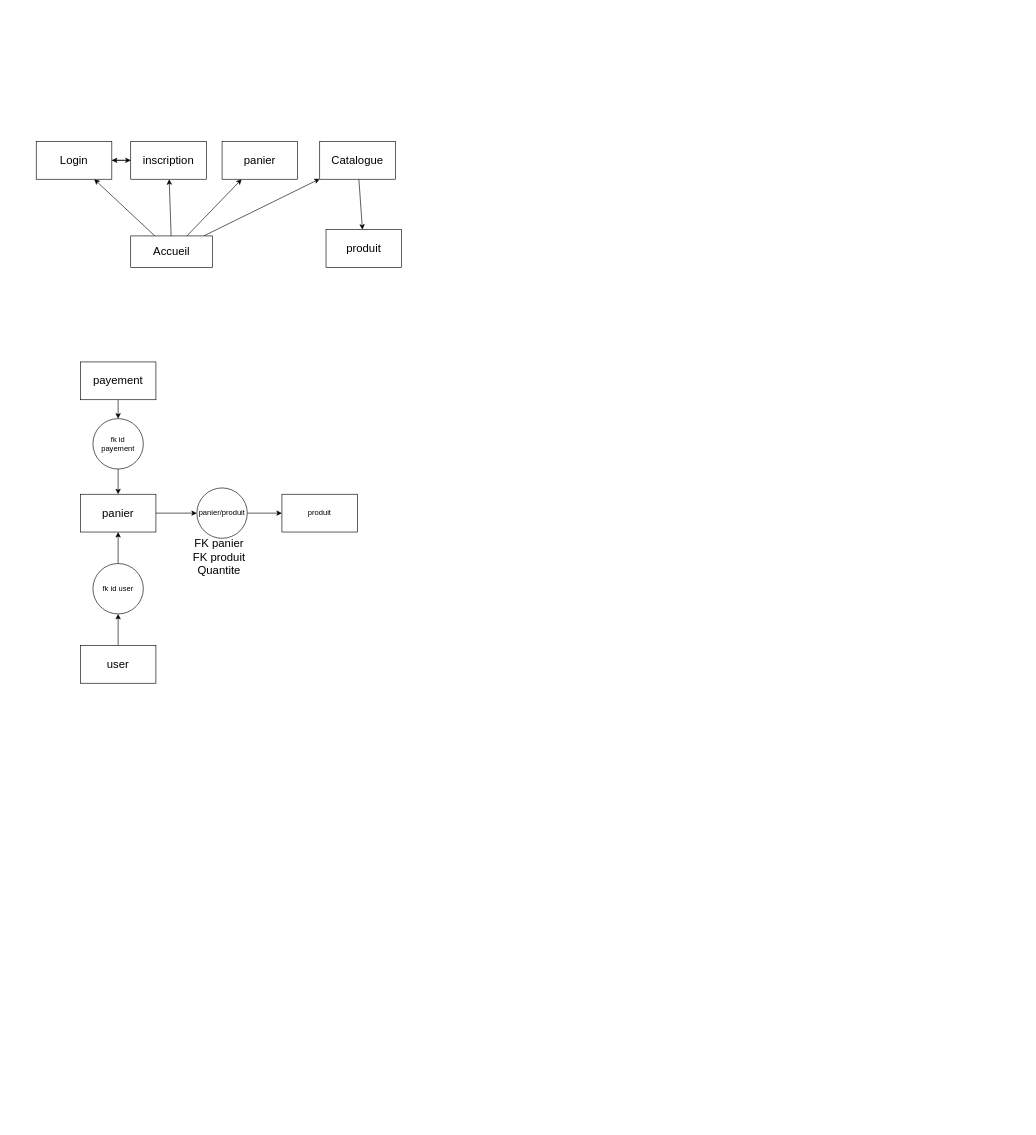
The draw.io diagram page "Page-1" (1 of 2) of plan.drawio in Pmaioranool/efrei_b2_serverWeb, before the edit. Source tidied: cells renumbered, new cells numbered last; positions are measured from the earlier drawing's top-left corner, leaving out a move shared by most shapes. Both pictures are drawn from the tidied source at 63%, with x=0, y=0 at pixel (36, 141).
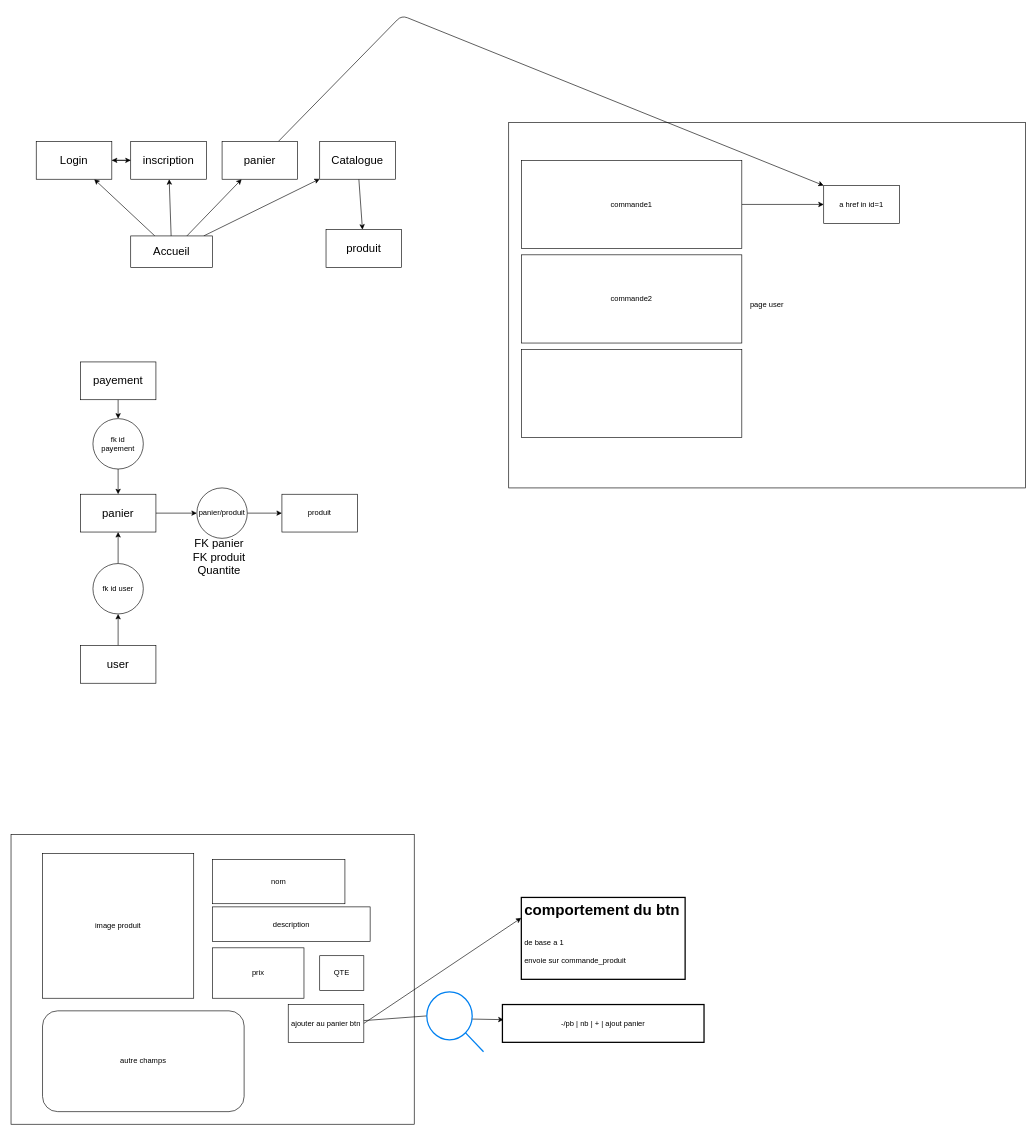
Above is the later version.

Unchanged cells that the change refers to:
```xml
<mxCell id="7" value="&lt;font style=&quot;font-size: 18px;&quot;&gt;panier&lt;/font&gt;" style="rounded=0;whiteSpace=wrap;html=1;" parent="1" vertex="1">
  <mxGeometry x="295" width="120" height="60" as="geometry" />
</mxCell>
```

The edit, as a diff of the source:
```diff
@@
+    <mxCell id="29" value="page user" style="rounded=0;whiteSpace=wrap;html=1;" parent="1" vertex="1">
+      <mxGeometry x="750" y="-30" width="820" height="580" as="geometry" />
+    </mxCell>
@@
+    <mxCell id="30" style="edgeStyle=none;html=1;entryX=0;entryY=0;entryDx=0;entryDy=0;" parent="1" edge="1" source="7" target="49">
+      <mxGeometry relative="1" as="geometry">
+        <Array as="points">
+          <mxPoint x="580" y="-200" />
+        </Array>
+      </mxGeometry>
+    </mxCell>
@@
+    <mxCell id="31" style="rounded=0;whiteSpace=wrap;html=1;" parent="1" vertex="1">
+      <mxGeometry x="-40" y="1100" width="640" height="460" as="geometry" />
+    </mxCell>
+    <mxCell id="32" value="image produit" style="rounded=0;whiteSpace=wrap;html=1;" parent="1" vertex="1">
+      <mxGeometry x="10" y="1130" width="240" height="230" as="geometry" />
+    </mxCell>
+    <mxCell id="33" value="nom" style="rounded=0;whiteSpace=wrap;html=1;" parent="1" vertex="1">
+      <mxGeometry x="280" y="1140" width="210" height="70" as="geometry" />
+    </mxCell>
+    <mxCell id="34" value="prix" style="rounded=0;whiteSpace=wrap;html=1;" parent="1" vertex="1">
+      <mxGeometry x="280" y="1280" width="145" height="80" as="geometry" />
+    </mxCell>
+    <mxCell id="35" value="description" style="rounded=0;whiteSpace=wrap;html=1;" parent="1" vertex="1">
+      <mxGeometry x="280" y="1215" width="250" height="55" as="geometry" />
+    </mxCell>
+    <mxCell id="36" style="edgeStyle=none;html=1;entryX=0;entryY=0.25;entryDx=0;entryDy=0;exitX=1;exitY=0.5;exitDx=0;exitDy=0;" parent="1" edge="1" source="38" target="40">
+      <mxGeometry relative="1" as="geometry" />
+    </mxCell>
+    <mxCell id="37" style="edgeStyle=none;html=1;entryX=0.006;entryY=0.4;entryDx=0;entryDy=0;entryPerimeter=0;startArrow=none;exitX=0.778;exitY=0.453;exitDx=0;exitDy=0;exitPerimeter=0;" parent="1" edge="1" source="44" target="41">
+      <mxGeometry relative="1" as="geometry" />
+    </mxCell>
+    <mxCell id="38" value="ajouter au panier btn" style="rounded=0;whiteSpace=wrap;html=1;" parent="1" vertex="1">
+      <mxGeometry x="400" y="1370" width="120" height="60" as="geometry" />
+    </mxCell>
+    <mxCell id="39" value="autre champs" style="rounded=1;whiteSpace=wrap;html=1;" parent="1" vertex="1">
+      <mxGeometry x="10" y="1380" width="320" height="160" as="geometry" />
+    </mxCell>
+    <mxCell id="40" value="&lt;h1&gt;comportement du btn&lt;/h1&gt;&lt;div&gt;&lt;br&gt;&lt;/div&gt;&lt;div&gt;de base a 1&amp;nbsp;&lt;/div&gt;&lt;div&gt;&lt;br&gt;&lt;/div&gt;&lt;div&gt;envoie sur commande_produit&lt;/div&gt;&lt;div&gt;&lt;br&gt;&lt;/div&gt;" style="text;html=1;spacing=5;spacingTop=-20;whiteSpace=wrap;overflow=hidden;rounded=0;strokeWidth=2;strokeColor=default;" parent="1" vertex="1">
+      <mxGeometry x="770" y="1200" width="260" height="130" as="geometry" />
+    </mxCell>
+    <mxCell id="41" value="-/pb | nb | +&amp;nbsp;| ajout panier" style="rounded=0;whiteSpace=wrap;html=1;strokeColor=default;strokeWidth=2;" parent="1" vertex="1">
+      <mxGeometry x="740" y="1370" width="320" height="60" as="geometry" />
+    </mxCell>
+    <mxCell id="42" value="QTE" style="rounded=0;whiteSpace=wrap;html=1;" parent="1" vertex="1">
+      <mxGeometry x="450" y="1292.5" width="70" height="55" as="geometry" />
+    </mxCell>
+    <mxCell id="43" style="edgeStyle=none;html=1;entryX=0.006;entryY=0.4;entryDx=0;entryDy=0;entryPerimeter=0;endArrow=none;" parent="1" edge="1" source="38" target="44">
+      <mxGeometry relative="1" as="geometry" />
+    </mxCell>
+    <mxCell id="44" style="html=1;verticalLabelPosition=bottom;align=center;labelBackgroundColor=#ffffff;verticalAlign=top;strokeWidth=2;strokeColor=#0080F0;shadow=0;dashed=0;shape=mxgraph.ios7.icons.looking_glass;" parent="1" vertex="1">
+      <mxGeometry x="620" y="1350" width="90" height="95" as="geometry" />
+    </mxCell>
+    <mxCell id="45" style="edgeStyle=none;html=1;" parent="1" edge="1" source="46" target="49">
+      <mxGeometry relative="1" as="geometry" />
+    </mxCell>
+    <mxCell id="46" value="commande1" style="rounded=0;whiteSpace=wrap;html=1;" parent="1" vertex="1">
+      <mxGeometry x="770" y="30" width="350" height="140" as="geometry" />
+    </mxCell>
+    <mxCell id="47" value="commande2" style="rounded=0;whiteSpace=wrap;html=1;" parent="1" vertex="1">
+      <mxGeometry x="770" y="180" width="350" height="140" as="geometry" />
+    </mxCell>
+    <mxCell id="48" style="rounded=0;whiteSpace=wrap;html=1;" parent="1" vertex="1">
+      <mxGeometry x="770" y="330" width="350" height="140" as="geometry" />
+    </mxCell>
+    <mxCell id="49" value="a href in id=1" style="rounded=0;whiteSpace=wrap;html=1;" parent="1" vertex="1">
+      <mxGeometry x="1250" y="70" width="120" height="60" as="geometry" />
+    </mxCell>
```
